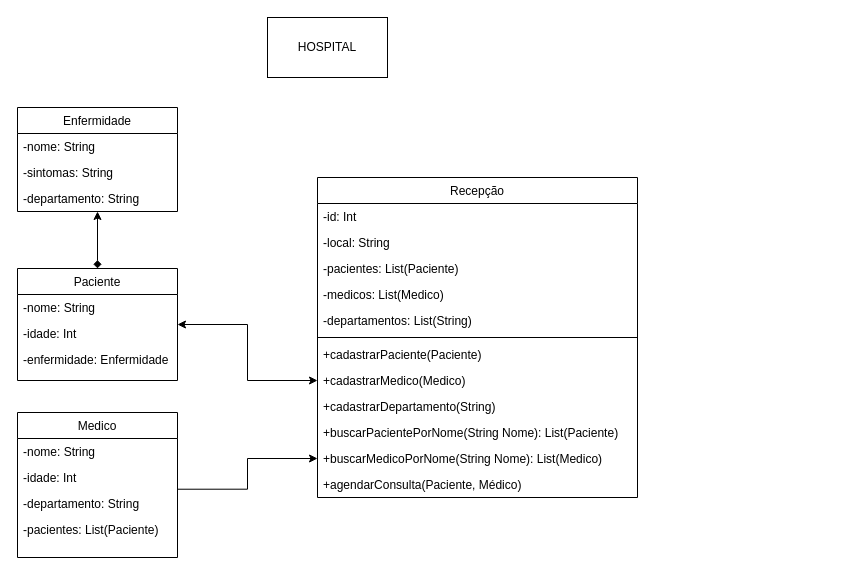
Earlier version of the draw.io diagram Engenharia de Software/sistema_uml.drawio (aleclr/bertoti). Source tidied: cells renumbered, new cells numbered last; positions are measured from the earlier drawing's top-left corner, leaving out a move shared by most shapes. Both pictures are drawn from the tidied source at 100%, with x=0, y=0 at pixel (17, 17).
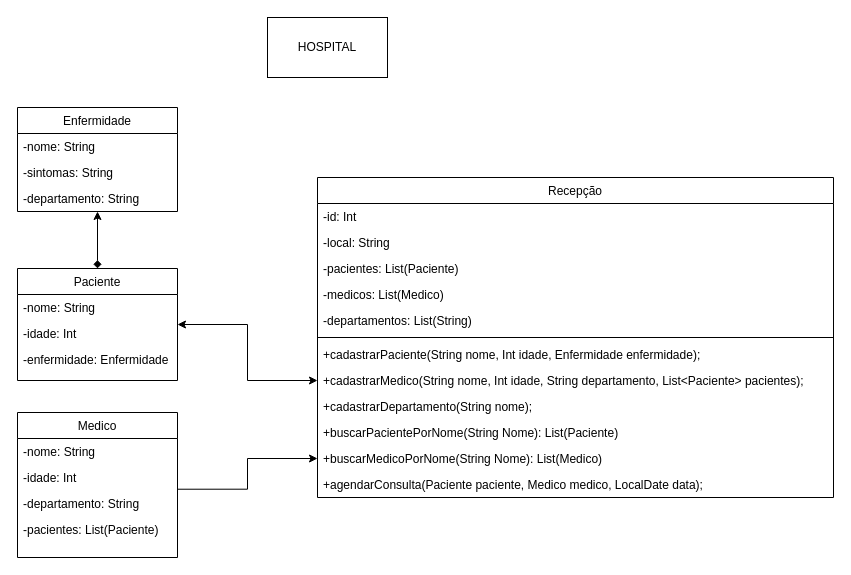
The same page after the edit.

Commit message (it also covers changes not shown here):
update diagrama de classes

Change to the diagram source:
```diff
@@
     <mxCell id="8" value="Recepção" style="swimlane;fontStyle=0;align=center;verticalAlign=top;horizontal=1;startSize=26;rounded=0;shadow=0;strokeWidth=1;" parent="1" vertex="1">
-      <mxGeometry x="300" y="160" width="320" height="320" as="geometry" />
+      <mxGeometry x="300" y="160" width="516" height="320" as="geometry" />
     </mxCell>
     <mxCell id="9" value="-id: Int" style="text;align=left;verticalAlign=top;spacingLeft=4;spacingRight=4;overflow=hidden;" parent="8" vertex="1">
-      <mxGeometry y="26" width="320" height="26" as="geometry" />
+      <mxGeometry y="26" width="516" height="26" as="geometry" />
     </mxCell>
     <mxCell id="10" value="-local: String" style="text;align=left;verticalAlign=top;spacingLeft=4;spacingRight=4;overflow=hidden;rounded=0;shadow=0;html=0;" parent="8" vertex="1">
-      <mxGeometry y="52" width="320" height="26" as="geometry" />
+      <mxGeometry y="52" width="516" height="26" as="geometry" />
     </mxCell>
     <mxCell id="11" value="-pacientes: List(Paciente)" style="text;align=left;verticalAlign=top;spacingLeft=4;spacingRight=4;overflow=hidden;" parent="8" vertex="1">
-      <mxGeometry y="78" width="320" height="26" as="geometry" />
+      <mxGeometry y="78" width="516" height="26" as="geometry" />
     </mxCell>
     <mxCell id="12" value="-medicos: List(Medico)" style="text;align=left;verticalAlign=top;spacingLeft=4;spacingRight=4;overflow=hidden;rounded=0;shadow=0;html=0;" parent="8" vertex="1">
-      <mxGeometry y="104" width="320" height="26" as="geometry" />
+      <mxGeometry y="104" width="516" height="26" as="geometry" />
     </mxCell>
     <mxCell id="13" value="-departamentos: List(String)" style="text;align=left;verticalAlign=top;spacingLeft=4;spacingRight=4;overflow=hidden;rounded=0;shadow=0;html=0;" parent="8" vertex="1">
-      <mxGeometry y="130" width="320" height="26" as="geometry" />
+      <mxGeometry y="130" width="516" height="26" as="geometry" />
     </mxCell>
     <mxCell id="14" style="line;html=1;strokeWidth=1;align=left;verticalAlign=middle;spacingTop=-1;spacingLeft=3;spacingRight=3;labelPosition=right;" parent="8" vertex="1">
-      <mxGeometry y="156" width="320" height="8" as="geometry" />
+      <mxGeometry y="156" width="516" height="8" as="geometry" />
     </mxCell>
-    <mxCell id="15" value="+cadastrarPaciente(Paciente)" style="text;align=left;verticalAlign=top;spacingLeft=4;spacingRight=4;overflow=hidden;" parent="8" vertex="1">
-      <mxGeometry y="164" width="320" height="26" as="geometry" />
+    <mxCell id="15" value="+cadastrarPaciente(String nome, Int idade, Enfermidade enfermidade);" style="text;align=left;verticalAlign=top;spacingLeft=4;spacingRight=4;overflow=hidden;" parent="8" vertex="1">
+      <mxGeometry y="164" width="516" height="26" as="geometry" />
     </mxCell>
-    <mxCell id="16" value="+cadastrarMedico(Medico)" style="text;align=left;verticalAlign=top;spacingLeft=4;spacingRight=4;overflow=hidden;points=[[0,0.5],[1,0.5]];portConstraint=eastwest;" parent="8" vertex="1">
-      <mxGeometry y="190" width="320" height="26" as="geometry" />
+    <mxCell id="16" value="+cadastrarMedico(String nome, Int idade, String departamento, List&lt;Paciente&gt; pacientes);" style="text;align=left;verticalAlign=top;spacingLeft=4;spacingRight=4;overflow=hidden;points=[[0,0.5],[1,0.5]];portConstraint=eastwest;" parent="8" vertex="1">
+      <mxGeometry y="190" width="516" height="26" as="geometry" />
     </mxCell>
-    <mxCell id="17" value="+cadastrarDepartamento(String)" style="text;align=left;verticalAlign=top;spacingLeft=4;spacingRight=4;overflow=hidden;" parent="8" vertex="1">
-      <mxGeometry y="216" width="320" height="26" as="geometry" />
+    <mxCell id="17" value="+cadastrarDepartamento(String nome);" style="text;align=left;verticalAlign=top;spacingLeft=4;spacingRight=4;overflow=hidden;" parent="8" vertex="1">
+      <mxGeometry y="216" width="516" height="26" as="geometry" />
     </mxCell>
     <mxCell id="18" value="+buscarPacientePorNome(String Nome): List(Paciente)" style="text;align=left;verticalAlign=top;spacingLeft=4;spacingRight=4;overflow=hidden;" parent="8" vertex="1">
-      <mxGeometry y="242" width="320" height="26" as="geometry" />
+      <mxGeometry y="242" width="516" height="26" as="geometry" />
     </mxCell>
     <mxCell id="19" value="+buscarMedicoPorNome(String Nome): List(Medico)" style="text;align=left;verticalAlign=top;spacingLeft=4;spacingRight=4;overflow=hidden;points=[[0,0.5],[1,0.5]];portConstraint=eastwest;" parent="8" vertex="1">
-      <mxGeometry y="268" width="320" height="26" as="geometry" />
+      <mxGeometry y="268" width="516" height="26" as="geometry" />
     </mxCell>
-    <mxCell id="20" value="+agendarConsulta(Paciente, Médico)" style="text;align=left;verticalAlign=top;spacingLeft=4;spacingRight=4;overflow=hidden;" parent="8" vertex="1">
-      <mxGeometry y="294" width="320" height="26" as="geometry" />
+    <mxCell id="20" value="+agendarConsulta(Paciente paciente, Medico medico, LocalDate data);" style="text;align=left;verticalAlign=top;spacingLeft=4;spacingRight=4;overflow=hidden;" parent="8" vertex="1">
+      <mxGeometry y="294" width="516" height="26" as="geometry" />
     </mxCell>
```
